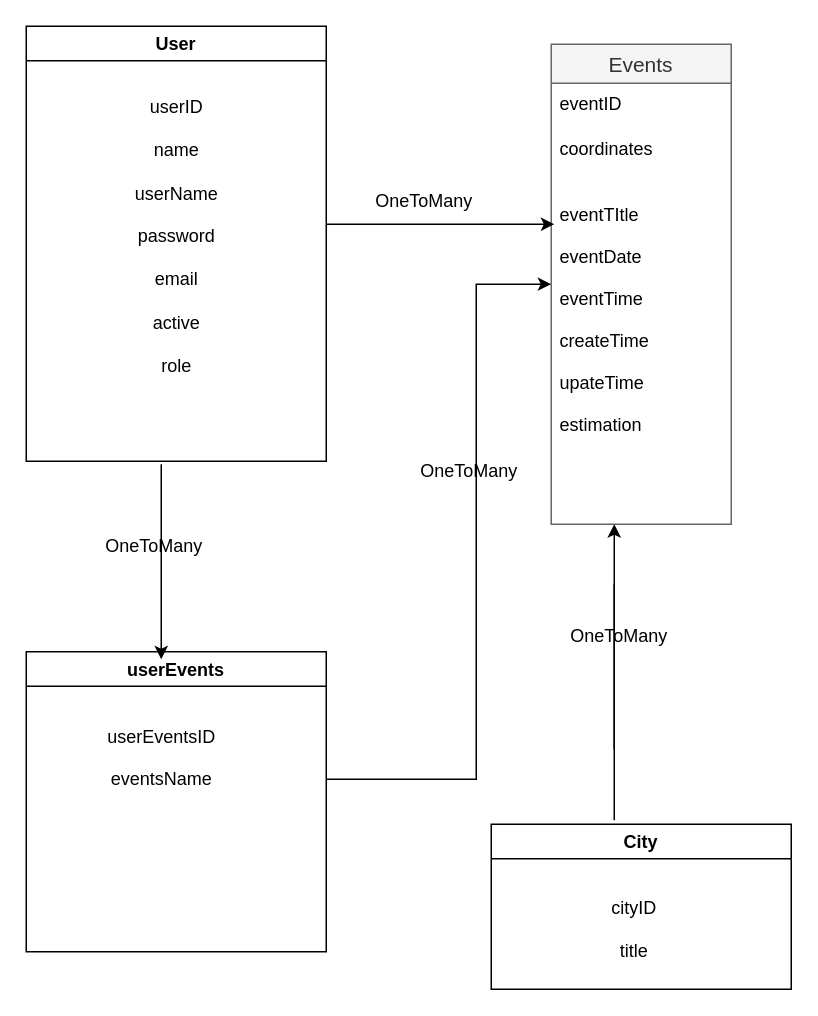
Before: Диаграмма без названия.drawio in kushevsky01/Web-Note, a draw.io diagram. Source tidied: cells renumbered, new cells numbered last; positions are measured from the earlier drawing's top-left corner, leaving out a move shared by most shapes. Both pictures are drawn from the tidied source at 150%, with x=0, y=0 at pixel (26, 26).
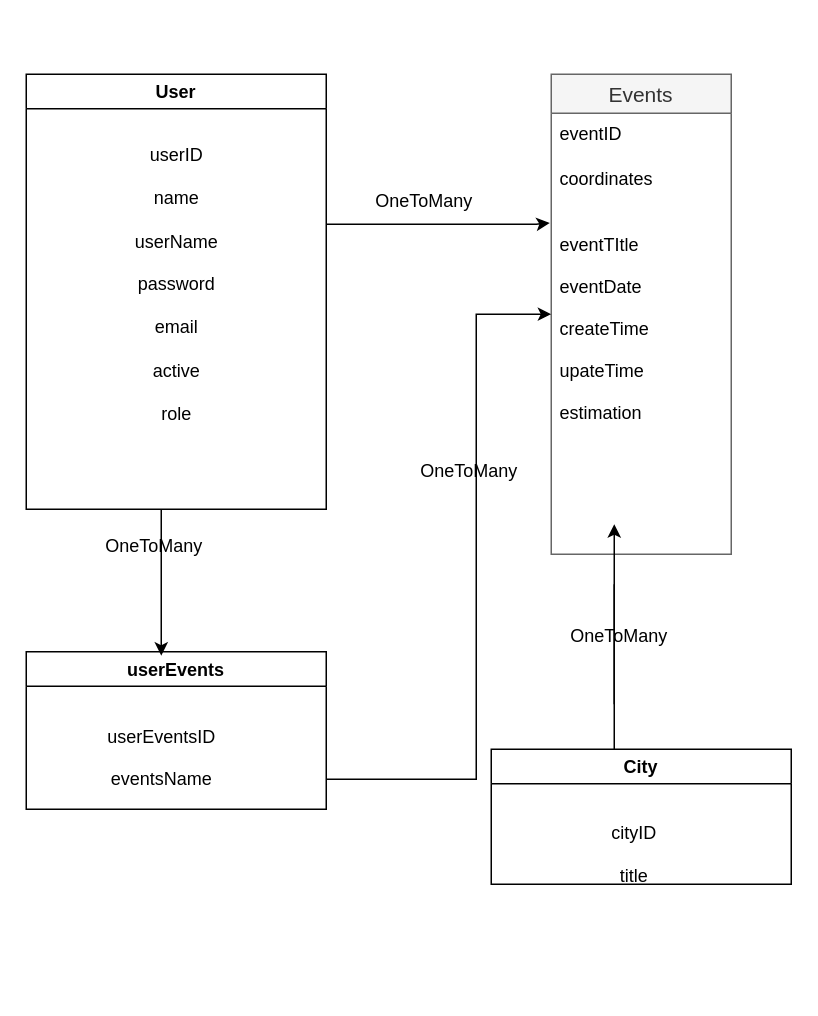
After the change.

Change to the diagram source:
```diff
@@
     <mxCell id="2" value="User" style="swimlane;labelBackgroundColor=none;labelBorderColor=none;fontColor=#000000;" parent="1" vertex="1">
-      <mxGeometry width="200" height="290" as="geometry" />
+      <mxGeometry y="32" width="200" height="290" as="geometry" />
     </mxCell>
@@
     <mxCell id="4" value="Events" style="swimlane;fontStyle=0;horizontal=1;startSize=26;align=center;fontSize=14;fillColor=#f5f5f5;fontColor=#333333;strokeColor=#666666;" parent="1" vertex="1">
-      <mxGeometry x="350" y="12" width="120" height="320" as="geometry" />
+      <mxGeometry x="350" y="32" width="120" height="320" as="geometry" />
     </mxCell>
@@
-    <mxCell id="7" value="&#10;eventTItle&#10;&#10;eventDate&#10;&#10;eventTime&#10;&#10;createTime&#10;&#10;upateTime&#10;&#10;estimation&#10;&#10;&#10;&#10;&#10;" style="text;strokeColor=none;fillColor=none;spacingLeft=4;spacingRight=4;overflow=hidden;points=[[0,0.5],[1,0.5]];portConstraint=eastwest;fontSize=12;" parent="4" vertex="1">
+    <mxCell id="7" value="&#10;eventTItle&#10;&#10;eventDate&#10;&#10;createTime&#10;&#10;upateTime&#10;&#10;estimation&#10;&#10;&#10;&#10;&#10;" style="text;strokeColor=none;fillColor=none;spacingLeft=4;spacingRight=4;overflow=hidden;points=[[0,0.5],[1,0.5]];portConstraint=eastwest;fontSize=12;" parent="4" vertex="1">
       <mxGeometry y="86" width="120" height="234" as="geometry" />
     </mxCell>
-    <mxCell id="8" style="endArrow=classic;html=1;rounded=0;fontColor=#000000;entryX=0.017;entryY=0.145;entryDx=0;entryDy=0;entryPerimeter=0;" parent="1" edge="1" target="7">
+    <mxCell id="8" style="endArrow=classic;html=1;rounded=0;fontColor=#000000;entryX=-0.008;entryY=0.056;entryDx=0;entryDy=0;entryPerimeter=0;" parent="1" edge="1" target="7">
       <mxGeometry relative="1" as="geometry">
         <mxPoint x="200" y="132" as="sourcePoint" />
         <Array as="points">
           <mxPoint x="340" y="132" />
         </Array>
       </mxGeometry>
     </mxCell>
@@
     <mxCell id="10" value="City" style="swimlane;labelBackgroundColor=none;labelBorderColor=none;fontColor=#000000;" parent="1" vertex="1">
-      <mxGeometry x="310" y="532" width="200" height="110" as="geometry" />
+      <mxGeometry x="310" y="482" width="200" height="90" as="geometry" />
     </mxCell>
@@
     <mxCell id="13" value="userEvents" style="swimlane;labelBackgroundColor=none;labelBorderColor=none;fontColor=#000000;" parent="1" vertex="1">
-      <mxGeometry y="417" width="200" height="200" as="geometry" />
+      <mxGeometry y="417" width="200" height="105" as="geometry" />
     </mxCell>
@@
     <mxCell id="15" style="endArrow=classic;html=1;rounded=0;fontColor=#000000;entryX=0.45;entryY=0.025;entryDx=0;entryDy=0;entryPerimeter=0;" parent="1" edge="1" target="13">
       <mxGeometry relative="1" as="geometry">
-        <mxPoint x="90" y="292" as="sourcePoint" />
+        <mxPoint x="90" y="322" as="sourcePoint" />
       </mxGeometry>
     </mxCell>
@@
     <mxCell id="17" style="endArrow=classic;html=1;rounded=0;fontColor=#000000;entryX=0;entryY=0.316;entryDx=0;entryDy=0;entryPerimeter=0;" parent="1" edge="1" target="7">
       <mxGeometry relative="1" as="geometry">
         <mxPoint x="200" y="502" as="sourcePoint" />
         <Array as="points">
           <mxPoint x="300" y="502" />
-          <mxPoint x="300" y="172" />
+          <mxPoint x="300" y="192" />
         </Array>
       </mxGeometry>
     </mxCell>
@@
-    <mxCell id="20" style="endArrow=none;html=1;rounded=0;fontColor=#000000;exitX=0.41;exitY=-0.025;exitDx=0;exitDy=0;exitPerimeter=0;" parent="1" edge="1" source="10">
+    <mxCell id="20" style="endArrow=none;html=1;rounded=0;fontColor=#000000;" parent="1" edge="1">
       <mxGeometry relative="1" as="geometry">
+        <mxPoint x="392" y="452" as="sourcePoint" />
         <mxPoint x="392" y="372" as="targetPoint" />
       </mxGeometry>
     </mxCell>
```
